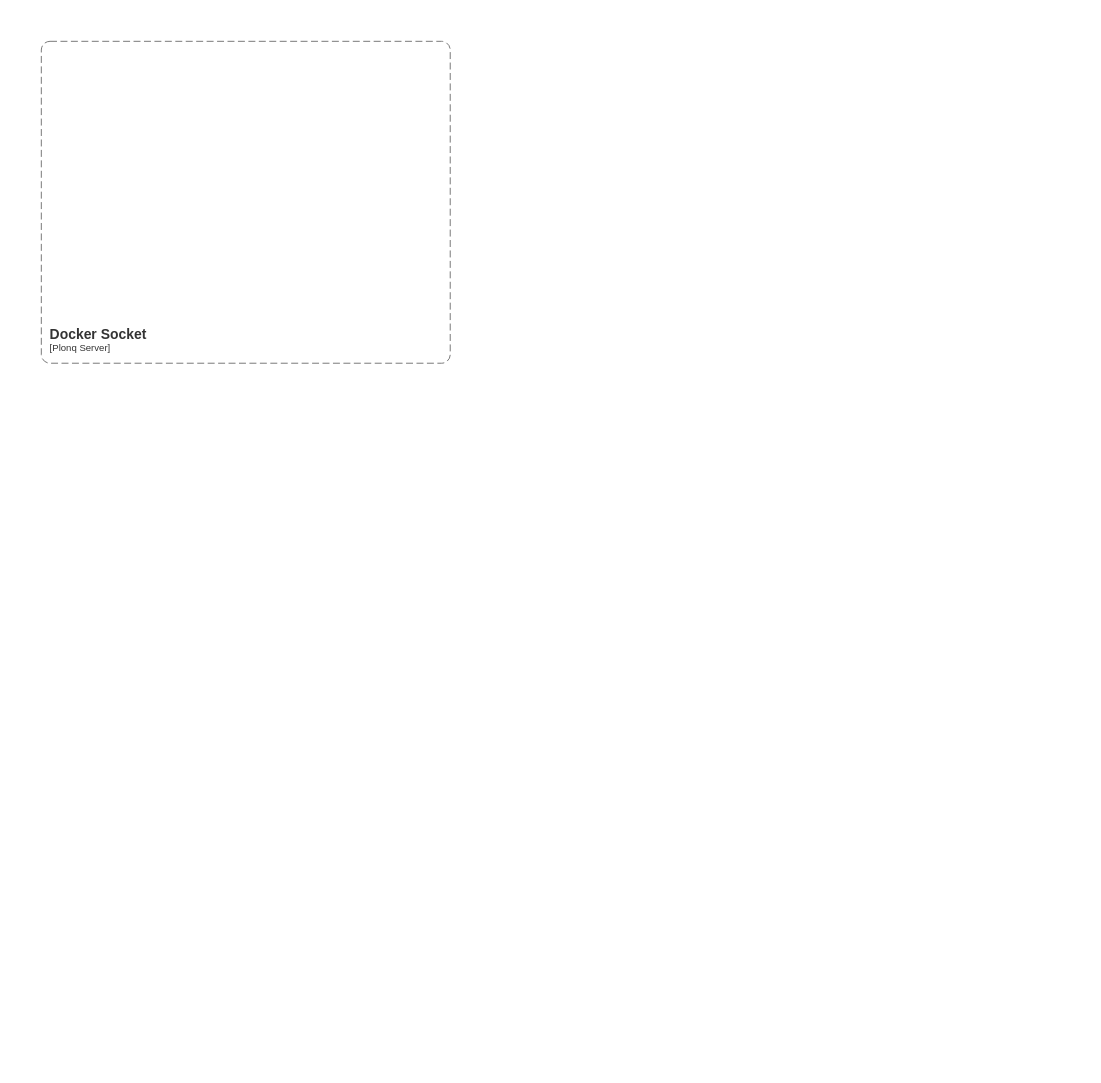
kirill-misiuk/Task keeps this draw.io diagram as Диаграмма без названия.drawio. Above is the earlier version. Source tidied: cells renumbered, new cells numbered last; positions are measured from the earlier drawing's top-left corner, leaving out a move shared by most shapes. Both pictures are drawn from the tidied source at 87%, with x=0, y=0 at pixel (41, 41).
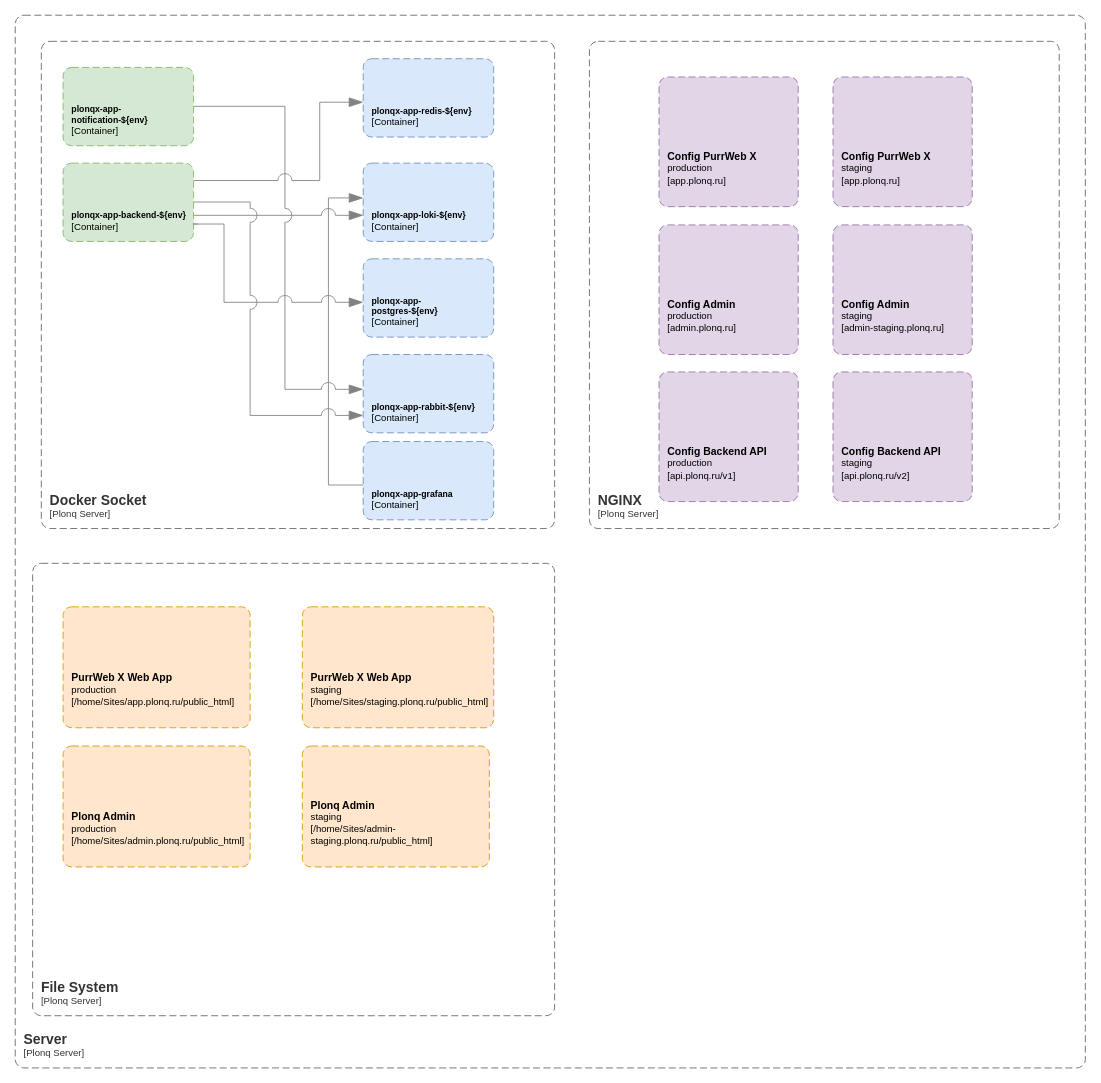
The same page after the edit.

What changed in the source:
```diff
@@
     <object id="2" label="&lt;font style=&quot;font-size: 16px&quot;&gt;&lt;b&gt;&lt;div style=&quot;text-align: left&quot;&gt;%c4Name%&lt;/div&gt;&lt;/b&gt;&lt;/font&gt;&lt;div style=&quot;text-align: left&quot;&gt;[%c4Application%]&lt;/div&gt;" c4Application="Plonq Server" c4Name="Docker Socket" placeholders="1">
       <mxCell style="rounded=1;fontSize=11;whiteSpace=wrap;html=1;dashed=1;arcSize=20;fillColor=none;strokeColor=#666666;fontColor=#333333;labelBackgroundColor=none;align=left;verticalAlign=bottom;labelBorderColor=none;spacingTop=0;spacing=10;dashPattern=8 4;perimeter=rectanglePerimeter;noLabel=0;labelPadding=0;absoluteArcSize=1;" parent="1" vertex="1">
-        <mxGeometry width="470" height="370" as="geometry" />
+        <mxGeometry width="590" height="560" as="geometry" />
       </mxCell>
     </object>
+    <object id="3" label="&lt;font style=&quot;font-size: 10px&quot;&gt;&lt;b&gt;&lt;div style=&quot;text-align: left&quot;&gt;%c4Name%&lt;/div&gt;&lt;/b&gt;&lt;/font&gt;&lt;div style=&quot;text-align: left&quot;&gt;[%c4Application%]&lt;/div&gt;" c4Application="Container" c4Name="plonqx-app-backend-${env}" placeholders="1">
+      <mxCell style="rounded=1;fontSize=11;whiteSpace=wrap;html=1;dashed=1;arcSize=20;fillColor=#d5e8d4;strokeColor=#82b366;labelBackgroundColor=none;align=left;verticalAlign=bottom;labelBorderColor=none;spacingTop=0;spacing=10;dashPattern=8 4;perimeter=rectanglePerimeter;noLabel=0;labelPadding=0;absoluteArcSize=1;" parent="1" vertex="1">
+        <mxGeometry x="25" y="140" width="150" height="90" as="geometry" />
+      </mxCell>
+    </object>
+    <object id="4" label="&lt;font style=&quot;font-size: 10px&quot;&gt;&lt;b&gt;&lt;div style=&quot;text-align: left&quot;&gt;%c4Name%&lt;/div&gt;&lt;/b&gt;&lt;/font&gt;&lt;div style=&quot;text-align: left&quot;&gt;[%c4Application%]&lt;/div&gt;" c4Application="Container" c4Name="plonqx-app-notification-${env}" placeholders="1">
+      <mxCell style="rounded=1;fontSize=11;whiteSpace=wrap;html=1;dashed=1;arcSize=20;fillColor=#d5e8d4;strokeColor=#82b366;labelBackgroundColor=none;align=left;verticalAlign=bottom;labelBorderColor=none;spacingTop=0;spacing=10;dashPattern=8 4;perimeter=rectanglePerimeter;noLabel=0;labelPadding=0;absoluteArcSize=1;" parent="1" vertex="1">
+        <mxGeometry x="25" y="30" width="150" height="90" as="geometry" />
+      </mxCell>
+    </object>
+    <object id="5" label="&lt;font style=&quot;font-size: 10px&quot;&gt;&lt;b&gt;&lt;div style=&quot;text-align: left&quot;&gt;%c4Name%&lt;/div&gt;&lt;/b&gt;&lt;/font&gt;&lt;div style=&quot;text-align: left&quot;&gt;[%c4Application%]&lt;/div&gt;" c4Application="Container" c4Name="plonqx-app-redis-${env}" placeholders="1">
+      <mxCell style="rounded=1;fontSize=11;whiteSpace=wrap;html=1;dashed=1;arcSize=20;fillColor=#dae8fc;strokeColor=#6c8ebf;labelBackgroundColor=none;align=left;verticalAlign=bottom;labelBorderColor=none;spacingTop=0;spacing=10;dashPattern=8 4;perimeter=rectanglePerimeter;noLabel=0;labelPadding=0;absoluteArcSize=1;" parent="1" vertex="1">
+        <mxGeometry x="370" y="20" width="150" height="90" as="geometry" />
+      </mxCell>
+    </object>
+    <object id="6" label="&lt;font style=&quot;font-size: 10px&quot;&gt;&lt;b&gt;&lt;div style=&quot;text-align: left&quot;&gt;%c4Name%&lt;/div&gt;&lt;/b&gt;&lt;/font&gt;&lt;div style=&quot;text-align: left&quot;&gt;[%c4Application%]&lt;/div&gt;" c4Application="Container" c4Name="plonqx-app-postgres-${env}" placeholders="1">
+      <mxCell style="rounded=1;fontSize=11;whiteSpace=wrap;html=1;dashed=1;arcSize=20;fillColor=#dae8fc;strokeColor=#6c8ebf;labelBackgroundColor=none;align=left;verticalAlign=bottom;labelBorderColor=none;spacingTop=0;spacing=10;dashPattern=8 4;perimeter=rectanglePerimeter;noLabel=0;labelPadding=0;absoluteArcSize=1;" parent="1" vertex="1">
+        <mxGeometry x="370" y="250" width="150" height="90" as="geometry" />
+      </mxCell>
+    </object>
+    <object id="7" label="&lt;font style=&quot;font-size: 10px&quot;&gt;&lt;b&gt;&lt;div style=&quot;text-align: left&quot;&gt;%c4Name%&lt;/div&gt;&lt;/b&gt;&lt;/font&gt;&lt;div style=&quot;text-align: left&quot;&gt;[%c4Application%]&lt;/div&gt;" c4Application="Container" c4Name="plonqx-app-loki-${env}" placeholders="1">
+      <mxCell style="rounded=1;fontSize=11;whiteSpace=wrap;html=1;dashed=1;arcSize=20;fillColor=#dae8fc;strokeColor=#6c8ebf;labelBackgroundColor=none;align=left;verticalAlign=bottom;labelBorderColor=none;spacingTop=0;spacing=10;dashPattern=8 4;perimeter=rectanglePerimeter;noLabel=0;labelPadding=0;absoluteArcSize=1;" parent="1" vertex="1">
+        <mxGeometry x="370" y="140" width="150" height="90" as="geometry" />
+      </mxCell>
+    </object>
+    <object id="8" label="&lt;font style=&quot;font-size: 10px&quot;&gt;&lt;b&gt;&lt;div style=&quot;text-align: left&quot;&gt;%c4Name%&lt;/div&gt;&lt;/b&gt;&lt;/font&gt;&lt;div style=&quot;text-align: left&quot;&gt;[%c4Application%]&lt;/div&gt;" c4Application="Container" c4Name="plonqx-app-grafana" placeholders="1">
+      <mxCell style="rounded=1;fontSize=11;whiteSpace=wrap;html=1;dashed=1;arcSize=20;fillColor=#dae8fc;strokeColor=#6c8ebf;labelBackgroundColor=none;align=left;verticalAlign=bottom;labelBorderColor=none;spacingTop=0;spacing=10;dashPattern=8 4;perimeter=rectanglePerimeter;noLabel=0;labelPadding=0;absoluteArcSize=1;" parent="1" vertex="1">
+        <mxGeometry x="370" y="460" width="150" height="90" as="geometry" />
+      </mxCell>
+    </object>
+    <object id="9" label="&lt;font style=&quot;font-size: 10px&quot;&gt;&lt;b&gt;&lt;div style=&quot;text-align: left&quot;&gt;%c4Name%&lt;/div&gt;&lt;/b&gt;&lt;/font&gt;&lt;div style=&quot;text-align: left&quot;&gt;[%c4Application%]&lt;/div&gt;" c4Application="Container" c4Name="plonqx-app-rabbit-${env}" placeholders="1">
+      <mxCell style="rounded=1;fontSize=11;whiteSpace=wrap;html=1;dashed=1;arcSize=20;fillColor=#dae8fc;strokeColor=#6c8ebf;labelBackgroundColor=none;align=left;verticalAlign=bottom;labelBorderColor=none;spacingTop=0;spacing=10;dashPattern=8 4;perimeter=rectanglePerimeter;noLabel=0;labelPadding=0;absoluteArcSize=1;" parent="1" vertex="1">
+        <mxGeometry x="370" y="360" width="150" height="90" as="geometry" />
+      </mxCell>
+    </object>
+    <mxCell id="10" style="endArrow=blockThin;html=1;fontSize=10;fontColor=#404040;strokeWidth=1;endFill=1;strokeColor=#828282;elbow=vertical;endSize=14;startSize=14;jumpStyle=arc;jumpSize=16;rounded=0;edgeStyle=orthogonalEdgeStyle;" parent="1" edge="1">
+      <mxGeometry relative="1" as="geometry">
+        <mxPoint x="370" y="510" as="sourcePoint" />
+        <mxPoint x="370" y="180" as="targetPoint" />
+        <Array as="points">
+          <mxPoint x="330" y="510" />
+          <mxPoint x="330" y="180" />
+        </Array>
+      </mxGeometry>
+    </mxCell>
+    <mxCell id="11" style="endArrow=blockThin;html=1;fontSize=10;fontColor=#404040;strokeWidth=1;endFill=1;strokeColor=#828282;elbow=vertical;endSize=14;startSize=14;jumpStyle=arc;jumpSize=16;rounded=0;edgeStyle=orthogonalEdgeStyle;" parent="1" edge="1">
+      <mxGeometry relative="1" as="geometry">
+        <mxPoint x="175" y="200" as="sourcePoint" />
+        <mxPoint x="370" y="200" as="targetPoint" />
+      </mxGeometry>
+    </mxCell>
+    <mxCell id="12" style="endArrow=blockThin;html=1;fontSize=10;fontColor=#404040;strokeWidth=1;endFill=1;strokeColor=#828282;elbow=vertical;endSize=14;startSize=14;jumpStyle=arc;jumpSize=16;rounded=0;edgeStyle=orthogonalEdgeStyle;" parent="1" edge="1">
+      <mxGeometry relative="1" as="geometry">
+        <mxPoint x="175" y="74.7" as="sourcePoint" />
+        <mxPoint x="370" y="400" as="targetPoint" />
+        <Array as="points">
+          <mxPoint x="280" y="75" />
+          <mxPoint x="280" y="400" />
+          <mxPoint x="370" y="400" />
+        </Array>
+      </mxGeometry>
+    </mxCell>
+    <mxCell id="13" style="endArrow=blockThin;html=1;fontSize=10;fontColor=#404040;strokeWidth=1;endFill=1;strokeColor=#828282;elbow=vertical;endSize=14;startSize=14;jumpStyle=arc;jumpSize=16;rounded=0;edgeStyle=orthogonalEdgeStyle;" parent="1" edge="1">
+      <mxGeometry relative="1" as="geometry">
+        <mxPoint x="175" y="160" as="sourcePoint" />
+        <mxPoint x="370" y="70" as="targetPoint" />
+        <Array as="points">
+          <mxPoint x="175" y="160" />
+          <mxPoint x="320" y="160" />
+          <mxPoint x="320" y="70" />
+        </Array>
+      </mxGeometry>
+    </mxCell>
+    <mxCell id="14" style="endArrow=blockThin;html=1;fontSize=10;fontColor=#404040;strokeWidth=1;endFill=1;strokeColor=#828282;elbow=vertical;endSize=14;startSize=14;jumpStyle=arc;jumpSize=16;rounded=0;edgeStyle=orthogonalEdgeStyle;" parent="1" edge="1">
+      <mxGeometry relative="1" as="geometry">
+        <mxPoint x="180" y="210" as="sourcePoint" />
+        <mxPoint x="370" y="300" as="targetPoint" />
+        <Array as="points">
+          <mxPoint x="175" y="210" />
+          <mxPoint x="210" y="210" />
+          <mxPoint x="210" y="300" />
+        </Array>
+      </mxGeometry>
+    </mxCell>
+    <mxCell id="15" style="endArrow=blockThin;html=1;fontSize=10;fontColor=#404040;strokeWidth=1;endFill=1;strokeColor=#828282;elbow=vertical;endSize=14;startSize=14;jumpStyle=arc;jumpSize=16;rounded=0;edgeStyle=orthogonalEdgeStyle;" parent="1" edge="1">
+      <mxGeometry relative="1" as="geometry">
+        <mxPoint x="175" y="184.7" as="sourcePoint" />
+        <mxPoint x="370" y="430" as="targetPoint" />
+        <Array as="points">
+          <mxPoint x="240" y="185" />
+          <mxPoint x="240" y="430" />
+        </Array>
+      </mxGeometry>
+    </mxCell>
+    <object id="16" label="&lt;font style=&quot;font-size: 16px&quot;&gt;&lt;b&gt;&lt;div style=&quot;text-align: left&quot;&gt;%c4Name%&lt;/div&gt;&lt;/b&gt;&lt;/font&gt;&lt;div style=&quot;text-align: left&quot;&gt;[%c4Application%]&lt;/div&gt;" c4Application="Plonq Server" c4Name="Server" placeholders="1">
+      <mxCell style="rounded=1;fontSize=11;whiteSpace=wrap;html=1;dashed=1;arcSize=20;fillColor=none;strokeColor=#666666;fontColor=#333333;labelBackgroundColor=none;align=left;verticalAlign=bottom;labelBorderColor=none;spacingTop=0;spacing=10;dashPattern=8 4;perimeter=rectanglePerimeter;noLabel=0;labelPadding=0;absoluteArcSize=1;" parent="1" vertex="1">
+        <mxGeometry x="-30" y="-30" width="1230" height="1210" as="geometry" />
+      </mxCell>
+    </object>
+    <object id="17" label="&lt;font style=&quot;font-size: 16px&quot;&gt;&lt;b&gt;&lt;div style=&quot;text-align: left&quot;&gt;%c4Name%&lt;/div&gt;&lt;/b&gt;&lt;/font&gt;&lt;div style=&quot;text-align: left&quot;&gt;[%c4Application%]&lt;/div&gt;" c4Application="Plonq Server" c4Name="NGINX" placeholders="1">
+      <mxCell style="rounded=1;fontSize=11;whiteSpace=wrap;html=1;dashed=1;arcSize=20;fillColor=none;strokeColor=#666666;fontColor=#333333;labelBackgroundColor=none;align=left;verticalAlign=bottom;labelBorderColor=none;spacingTop=0;spacing=10;dashPattern=8 4;perimeter=rectanglePerimeter;noLabel=0;labelPadding=0;absoluteArcSize=1;" parent="1" vertex="1">
+        <mxGeometry x="630" width="540" height="560" as="geometry" />
+      </mxCell>
+    </object>
+    <object id="18" label="&lt;font style=&quot;font-size: 12px&quot;&gt;&lt;b&gt;&lt;div style=&quot;text-align: left&quot;&gt;%c4Name%&lt;/div&gt;&lt;/b&gt;&lt;/font&gt;&lt;div style=&quot;text-align: left&quot;&gt;%env%&lt;/div&gt;&lt;div style=&quot;text-align: left&quot;&gt;[%c4Application%]&lt;/div&gt;&#10;" c4Application="app.plonq.ru" c4Name="Config PurrWeb X" env="staging" placeholders="1">
+      <mxCell style="rounded=1;fontSize=11;whiteSpace=wrap;html=1;dashed=1;arcSize=20;fillColor=#e1d5e7;strokeColor=#9673a6;labelBackgroundColor=none;align=left;verticalAlign=bottom;labelBorderColor=none;spacingTop=0;spacing=10;dashPattern=8 4;perimeter=rectanglePerimeter;noLabel=0;labelPadding=0;absoluteArcSize=1;" parent="1" vertex="1">
+        <mxGeometry x="910" y="41" width="160" height="149" as="geometry" />
+      </mxCell>
+    </object>
+    <object id="19" label="&lt;font style=&quot;font-size: 12px&quot;&gt;&lt;b&gt;&lt;div style=&quot;text-align: left&quot;&gt;%c4Name%&lt;/div&gt;&lt;/b&gt;&lt;/font&gt;&lt;div style=&quot;text-align: left&quot;&gt;%env%&lt;/div&gt;&lt;div style=&quot;text-align: left&quot;&gt;[%c4Application%]&lt;/div&gt;&#10;" c4Application="app.plonq.ru" c4Name="Config PurrWeb X" env="production" placeholders="1">
+      <mxCell style="rounded=1;fontSize=11;whiteSpace=wrap;html=1;dashed=1;arcSize=20;fillColor=#e1d5e7;strokeColor=#9673a6;labelBackgroundColor=none;align=left;verticalAlign=bottom;labelBorderColor=none;spacingTop=0;spacing=10;dashPattern=8 4;perimeter=rectanglePerimeter;noLabel=0;labelPadding=0;absoluteArcSize=1;" parent="1" vertex="1">
+        <mxGeometry x="710" y="41" width="160" height="149" as="geometry" />
+      </mxCell>
+    </object>
+    <object id="20" label="&lt;font style=&quot;font-size: 12px&quot;&gt;&lt;b&gt;&lt;div style=&quot;text-align: left&quot;&gt;%c4Name%&lt;/div&gt;&lt;/b&gt;&lt;/font&gt;&lt;div style=&quot;text-align: left&quot;&gt;%env%&lt;/div&gt;&lt;div style=&quot;text-align: left&quot;&gt;[%c4Application%]&lt;/div&gt;&#10;" c4Application="admin-staging.plonq.ru" c4Name="Config Admin" env="staging" placeholders="1">
+      <mxCell style="rounded=1;fontSize=11;whiteSpace=wrap;html=1;dashed=1;arcSize=20;fillColor=#e1d5e7;strokeColor=#9673a6;labelBackgroundColor=none;align=left;verticalAlign=bottom;labelBorderColor=none;spacingTop=0;spacing=10;dashPattern=8 4;perimeter=rectanglePerimeter;noLabel=0;labelPadding=0;absoluteArcSize=1;" parent="1" vertex="1">
+        <mxGeometry x="910" y="211" width="160" height="149" as="geometry" />
+      </mxCell>
+    </object>
+    <object id="21" label="&lt;font style=&quot;font-size: 12px&quot;&gt;&lt;b&gt;&lt;div style=&quot;text-align: left&quot;&gt;%c4Name%&lt;/div&gt;&lt;/b&gt;&lt;/font&gt;&lt;div style=&quot;text-align: left&quot;&gt;%env%&lt;/div&gt;&lt;div style=&quot;text-align: left&quot;&gt;[%c4Application%]&lt;/div&gt;&#10;" c4Application="admin.plonq.ru" c4Name="Config Admin" env="production" placeholders="1">
+      <mxCell style="rounded=1;fontSize=11;whiteSpace=wrap;html=1;dashed=1;arcSize=20;fillColor=#e1d5e7;strokeColor=#9673a6;labelBackgroundColor=none;align=left;verticalAlign=bottom;labelBorderColor=none;spacingTop=0;spacing=10;dashPattern=8 4;perimeter=rectanglePerimeter;noLabel=0;labelPadding=0;absoluteArcSize=1;" parent="1" vertex="1">
+        <mxGeometry x="710" y="211" width="160" height="149" as="geometry" />
+      </mxCell>
+    </object>
+    <object id="22" label="&lt;font style=&quot;font-size: 12px&quot;&gt;&lt;b&gt;&lt;div style=&quot;text-align: left&quot;&gt;%c4Name%&lt;/div&gt;&lt;/b&gt;&lt;/font&gt;&lt;div style=&quot;text-align: left&quot;&gt;%env%&lt;/div&gt;&lt;div style=&quot;text-align: left&quot;&gt;[%c4Application%]&lt;/div&gt;&#10;" c4Application="api.plonq.ru/v2" c4Name="Config Backend API" env="staging" placeholders="1">
+      <mxCell style="rounded=1;fontSize=11;whiteSpace=wrap;html=1;dashed=1;arcSize=20;fillColor=#e1d5e7;strokeColor=#9673a6;labelBackgroundColor=none;align=left;verticalAlign=bottom;labelBorderColor=none;spacingTop=0;spacing=10;dashPattern=8 4;perimeter=rectanglePerimeter;noLabel=0;labelPadding=0;absoluteArcSize=1;" parent="1" vertex="1">
+        <mxGeometry x="910" y="380" width="160" height="149" as="geometry" />
+      </mxCell>
+    </object>
+    <object id="23" label="&lt;font style=&quot;font-size: 12px&quot;&gt;&lt;b&gt;&lt;div style=&quot;text-align: left&quot;&gt;%c4Name%&lt;/div&gt;&lt;/b&gt;&lt;/font&gt;&lt;div style=&quot;text-align: left&quot;&gt;%env%&lt;/div&gt;&lt;div style=&quot;text-align: left&quot;&gt;[%c4Application%]&lt;/div&gt;&#10;" c4Application="api.plonq.ru/v1" c4Name="Config Backend API" env="production" placeholders="1">
+      <mxCell style="rounded=1;fontSize=11;whiteSpace=wrap;html=1;dashed=1;arcSize=20;fillColor=#e1d5e7;strokeColor=#9673a6;labelBackgroundColor=none;align=left;verticalAlign=bottom;labelBorderColor=none;spacingTop=0;spacing=10;dashPattern=8 4;perimeter=rectanglePerimeter;noLabel=0;labelPadding=0;absoluteArcSize=1;" parent="1" vertex="1">
+        <mxGeometry x="710" y="380" width="160" height="149" as="geometry" />
+      </mxCell>
+    </object>
+    <object id="24" label="&lt;font style=&quot;font-size: 16px&quot;&gt;&lt;b&gt;&lt;div style=&quot;text-align: left&quot;&gt;%c4Name%&lt;/div&gt;&lt;/b&gt;&lt;/font&gt;&lt;div style=&quot;text-align: left&quot;&gt;[%c4Application%]&lt;/div&gt;" c4Application="Plonq Server" c4Name="File System" placeholders="1">
+      <mxCell style="rounded=1;fontSize=11;whiteSpace=wrap;html=1;dashed=1;arcSize=20;fillColor=none;strokeColor=#666666;fontColor=#333333;labelBackgroundColor=none;align=left;verticalAlign=bottom;labelBorderColor=none;spacingTop=0;spacing=10;dashPattern=8 4;perimeter=rectanglePerimeter;noLabel=0;labelPadding=0;absoluteArcSize=1;" parent="1" vertex="1">
+        <mxGeometry x="-10" y="600" width="600" height="520" as="geometry" />
+      </mxCell>
+    </object>
+    <object id="25" label="&lt;font style=&quot;font-size: 12px&quot;&gt;&lt;b&gt;&lt;div style=&quot;text-align: left&quot;&gt;%c4Name%&lt;/div&gt;&lt;/b&gt;&lt;/font&gt;&lt;div style=&quot;text-align: left&quot;&gt;%env%&lt;/div&gt;&lt;div style=&quot;text-align: left&quot;&gt;[%c4Application%]&lt;/div&gt;&#10;" c4Application="/home/Sites/app.plonq.ru/public_html" c4Name="PurrWeb X Web App" env="production" placeholders="1">
+      <mxCell style="rounded=1;fontSize=11;whiteSpace=wrap;html=1;dashed=1;arcSize=20;fillColor=#ffe6cc;strokeColor=#d79b00;labelBackgroundColor=none;align=left;verticalAlign=bottom;labelBorderColor=none;spacingTop=0;spacing=10;dashPattern=8 4;perimeter=rectanglePerimeter;noLabel=0;labelPadding=0;absoluteArcSize=1;" parent="1" vertex="1">
+        <mxGeometry x="25" y="650" width="215" height="139" as="geometry" />
+      </mxCell>
+    </object>
+    <object id="26" label="&lt;font style=&quot;font-size: 12px&quot;&gt;&lt;b&gt;&lt;div style=&quot;text-align: left&quot;&gt;%c4Name%&lt;/div&gt;&lt;/b&gt;&lt;/font&gt;&lt;div style=&quot;text-align: left&quot;&gt;%env%&lt;/div&gt;&lt;div style=&quot;text-align: left&quot;&gt;[%c4Application%]&lt;/div&gt;&#10;" c4Application="/home/Sites/staging.plonq.ru/public_html" c4Name="PurrWeb X Web App" env="staging" placeholders="1">
+      <mxCell style="rounded=1;fontSize=11;whiteSpace=wrap;html=1;dashed=1;arcSize=20;fillColor=#ffe6cc;strokeColor=#d79b00;labelBackgroundColor=none;align=left;verticalAlign=bottom;labelBorderColor=none;spacingTop=0;spacing=10;dashPattern=8 4;perimeter=rectanglePerimeter;noLabel=0;labelPadding=0;absoluteArcSize=1;" parent="1" vertex="1">
+        <mxGeometry x="300" y="650" width="220" height="139" as="geometry" />
+      </mxCell>
+    </object>
+    <object id="27" label="&lt;font style=&quot;font-size: 12px&quot;&gt;&lt;b&gt;&lt;div style=&quot;text-align: left&quot;&gt;%c4Name%&lt;/div&gt;&lt;/b&gt;&lt;/font&gt;&lt;div style=&quot;text-align: left&quot;&gt;%env%&lt;/div&gt;&lt;div style=&quot;text-align: left&quot;&gt;[%c4Application%]&lt;/div&gt;&#10;" c4Application="/home/Sites/admin.plonq.ru/public_html" c4Name="Plonq Admin" env="production" placeholders="1">
+      <mxCell style="rounded=1;fontSize=11;whiteSpace=wrap;html=1;dashed=1;arcSize=20;fillColor=#ffe6cc;strokeColor=#d79b00;labelBackgroundColor=none;align=left;verticalAlign=bottom;labelBorderColor=none;spacingTop=0;spacing=10;dashPattern=8 4;perimeter=rectanglePerimeter;noLabel=0;labelPadding=0;absoluteArcSize=1;" parent="1" vertex="1">
+        <mxGeometry x="25" y="810" width="215" height="139" as="geometry" />
+      </mxCell>
+    </object>
+    <object id="28" label="&lt;font style=&quot;font-size: 12px&quot;&gt;&lt;b&gt;&lt;div style=&quot;text-align: left&quot;&gt;%c4Name%&lt;/div&gt;&lt;/b&gt;&lt;/font&gt;&lt;div style=&quot;text-align: left&quot;&gt;%env%&lt;/div&gt;&lt;div style=&quot;text-align: left&quot;&gt;[%c4Application%]&lt;/div&gt;&#10;" c4Application="/home/Sites/admin-staging.plonq.ru/public_html" c4Name="Plonq Admin" env="staging" placeholders="1">
+      <mxCell style="rounded=1;fontSize=11;whiteSpace=wrap;html=1;dashed=1;arcSize=20;fillColor=#ffe6cc;strokeColor=#d79b00;labelBackgroundColor=none;align=left;verticalAlign=bottom;labelBorderColor=none;spacingTop=0;spacing=10;dashPattern=8 4;perimeter=rectanglePerimeter;noLabel=0;labelPadding=0;absoluteArcSize=1;" parent="1" vertex="1">
+        <mxGeometry x="300" y="810" width="215" height="139" as="geometry" />
+      </mxCell>
+    </object>
```
